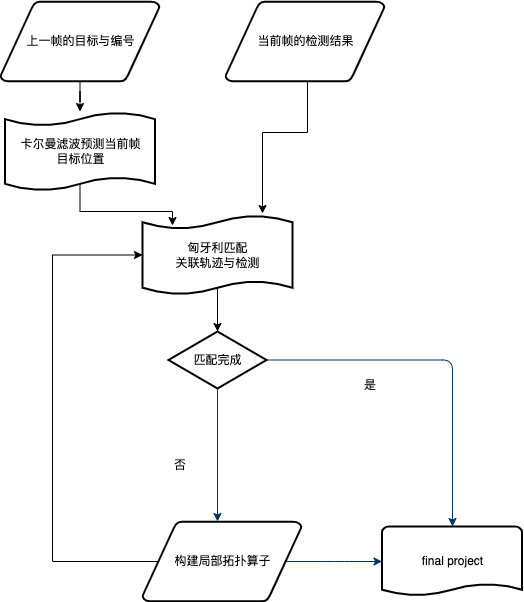
johnran103/diagrams keeps this draw.io diagram as UAVMOT.png. Above is the earlier version. Source tidied: cells renumbered, new cells last; positions are measured from the earlier drawing's top-left corner, leaving out a move shared by most shapes.
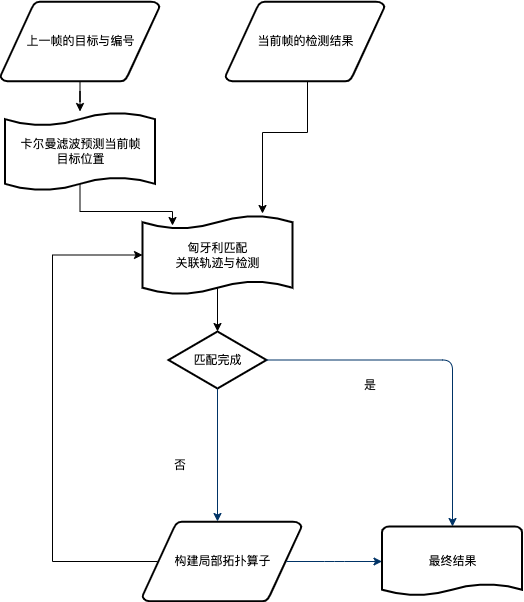
Above is the later version.

Diff of the diagram source:
```diff
@@ -39,7 +39,7 @@
         </Array>
       </mxGeometry>
     </mxCell>
-    <mxCell id="10" value="final project" style="shape=mxgraph.flowchart.document;strokeWidth=2;gradientColor=none;gradientDirection=north;fontStyle=0;html=1;" parent="1" vertex="1">
+    <mxCell id="10" value="最终结果" style="shape=mxgraph.flowchart.document;strokeWidth=2;gradientColor=none;gradientDirection=north;fontStyle=0;html=1;" parent="1" vertex="1">
       <mxGeometry x="381.5" y="525" width="140" height="70" as="geometry" />
     </mxCell>
     <mxCell id="11" style="edgeStyle=elbowEdgeStyle;elbow=horizontal;exitX=0.905;exitY=0.5;exitPerimeter=0;fontStyle=1;strokeColor=#003366;strokeWidth=1;html=1;" parent="1" edge="1" source="5" target="10">
```
